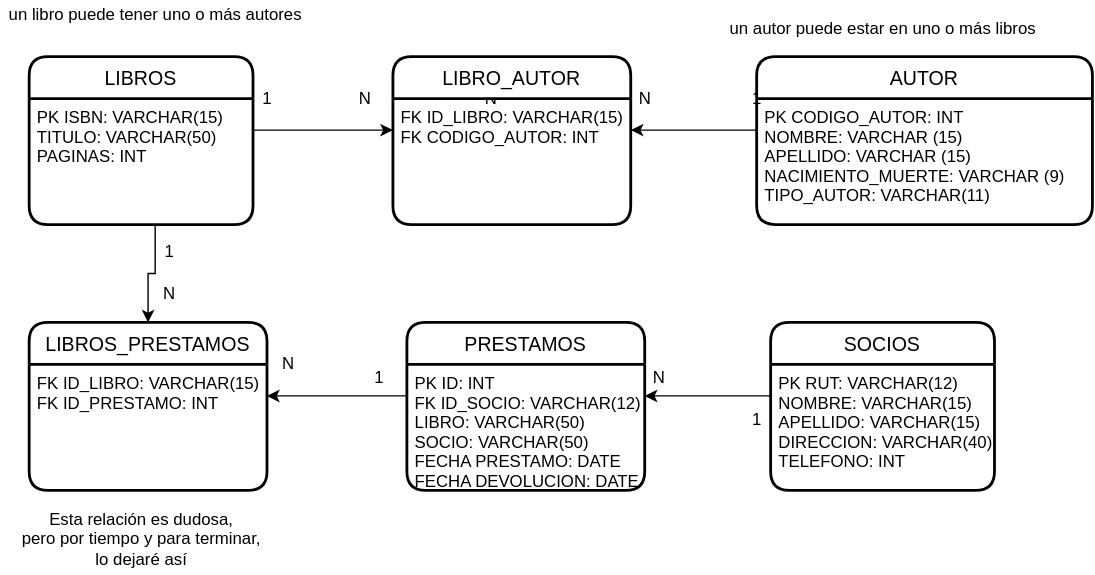
This is modelo-fisico.svg from cristiancfsc/prueba-biblioteca, a draw.io export, as it was before one commit. Source tidied: cells renumbered, new cells last; positions are measured from the earlier drawing's top-left corner, leaving out a move shared by most shapes.
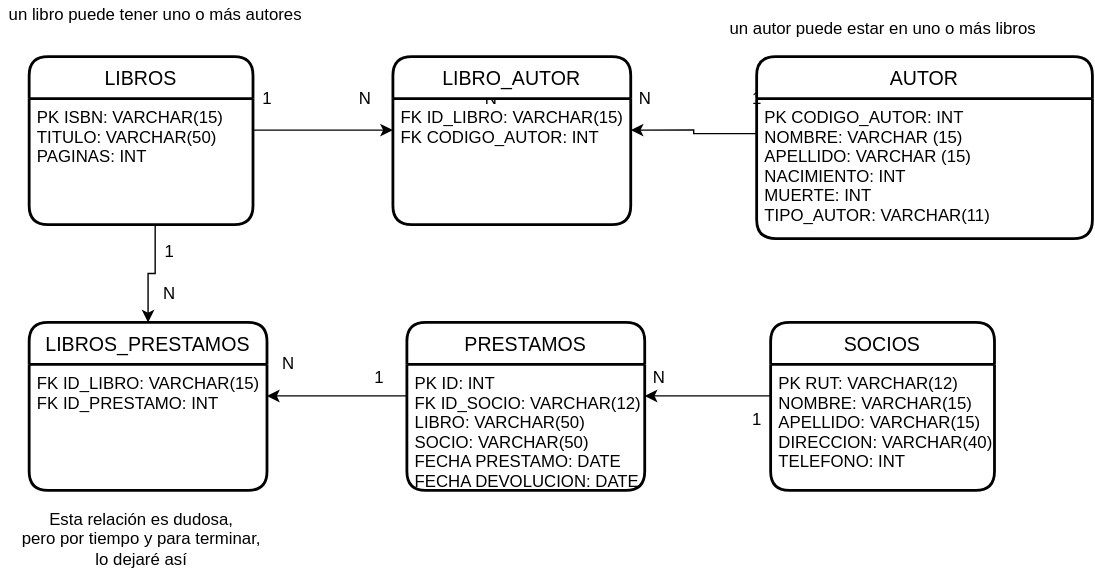
Above is the later version.

What changed in the source:
```diff
@@ -9,10 +9,10 @@
       <mxGeometry y="30" width="160" height="90" as="geometry" />
     </mxCell>
     <mxCell id="4" value="AUTOR" style="swimlane;horizontal=1;startSize=30;rounded=1;fontSize=14;fontStyle=0;strokeWidth=2;shadow=0;dashed=0;align=center;" parent="1" vertex="1">
-      <mxGeometry x="540" y="40" width="240" height="120" as="geometry" />
+      <mxGeometry x="540" y="40" width="240" height="130" as="geometry" />
     </mxCell>
-    <mxCell id="5" value="PK CODIGO_AUTOR: INT&#10;NOMBRE: VARCHAR (15)&#10;APELLIDO: VARCHAR (15)&#10;NACIMIENTO_MUERTE: VARCHAR (9)&#10;TIPO_AUTOR: VARCHAR(11)" style="align=left;strokeColor=none;fillColor=none;spacingLeft=4;fontSize=12;verticalAlign=top;fontStyle=0;" parent="4" vertex="1">
-      <mxGeometry y="30" width="240" height="90" as="geometry" />
+    <mxCell id="5" value="PK CODIGO_AUTOR: INT&#10;NOMBRE: VARCHAR (15)&#10;APELLIDO: VARCHAR (15)&#10;NACIMIENTO: INT&#10;MUERTE: INT&#10;TIPO_AUTOR: VARCHAR(11)" style="align=left;strokeColor=none;fillColor=none;spacingLeft=4;fontSize=12;verticalAlign=top;fontStyle=0;" parent="4" vertex="1">
+      <mxGeometry y="30" width="240" height="100" as="geometry" />
     </mxCell>
     <mxCell id="6" value="SOCIOS" style="swimlane;horizontal=1;startSize=30;rounded=1;fontSize=14;fontStyle=0;strokeWidth=2;shadow=0;dashed=0;align=center;" parent="1" vertex="1">
       <mxGeometry x="550" y="230" width="160" height="120" as="geometry" />
```
